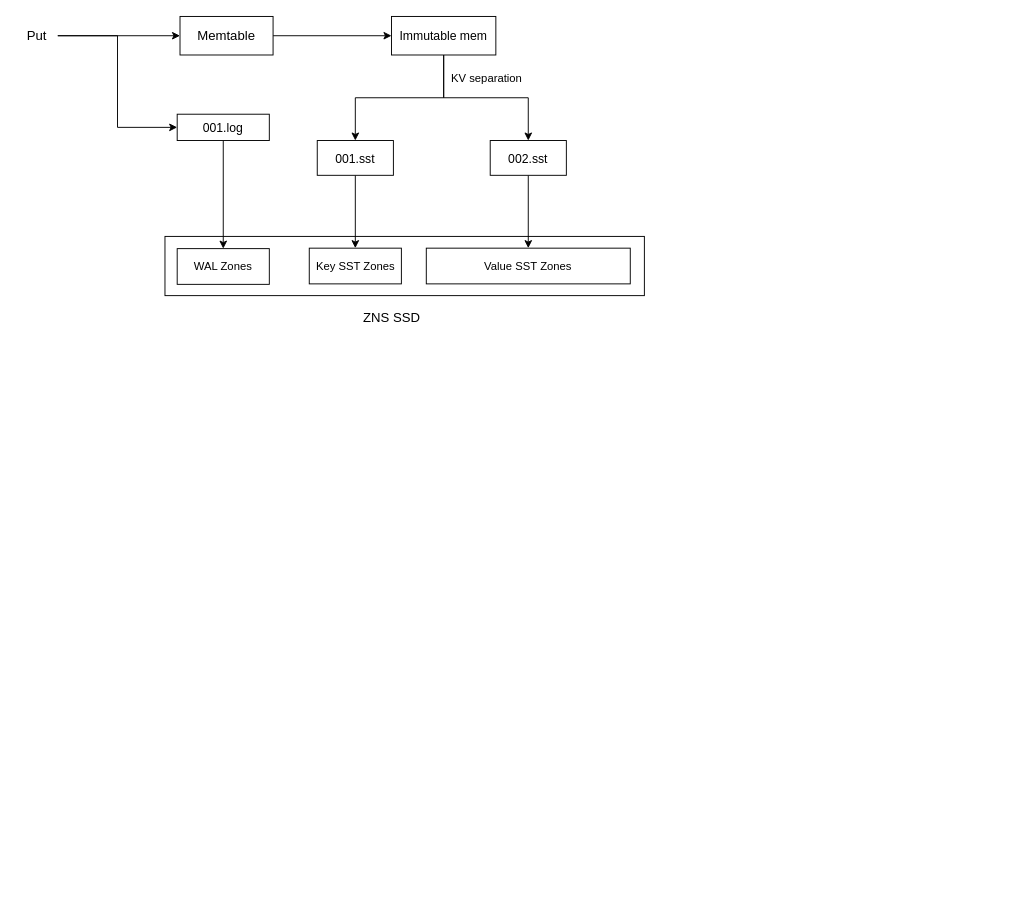
The draw.io diagram page "第 2 页" (2 of 2) of 未命名绘图.drawio in Holworth/DrawIO, before the edit. Source tidied: cells renumbered, new cells numbered last; positions are measured from the earlier drawing's top-left corner, leaving out a move shared by most shapes. Both pictures are drawn from the tidied source at 94%, with x=0, y=0 at pixel (16, 16).
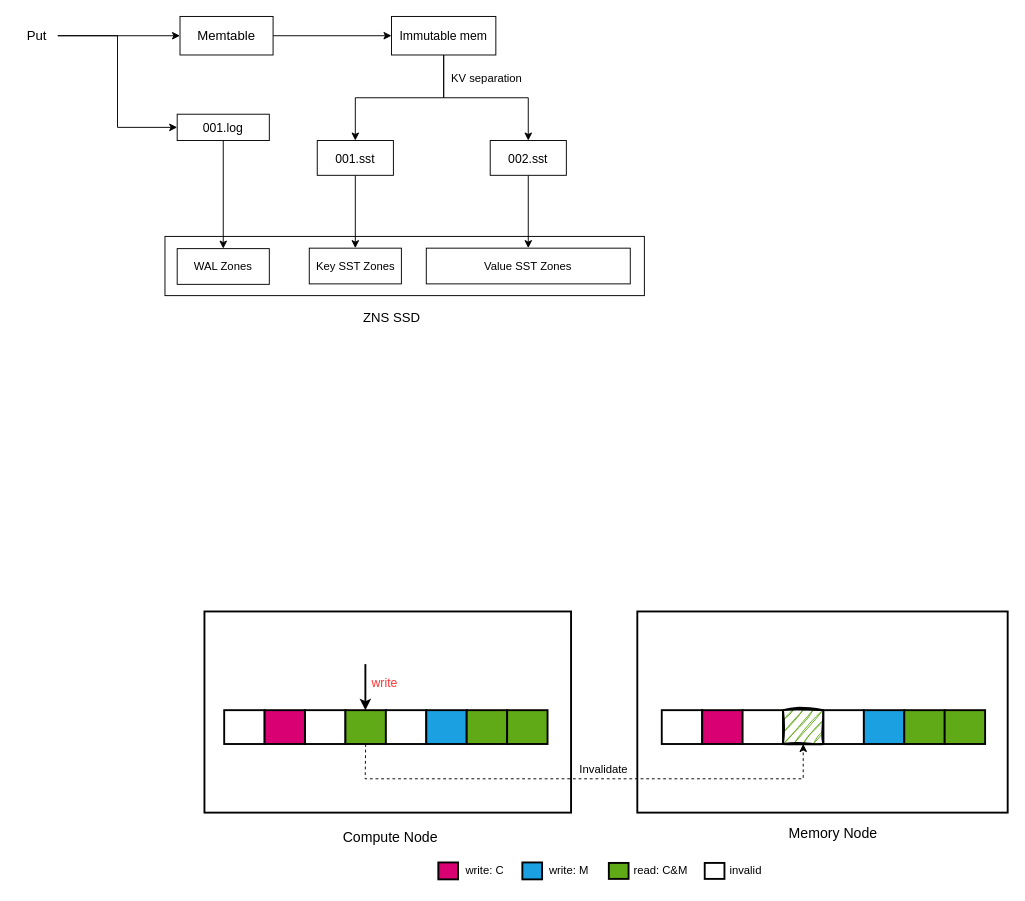
Above is the later version.

Commit message:
更新未命名绘图.drawio

What changed in the source:
```diff
@@
+    <mxCell id="22" style="rounded=0;whiteSpace=wrap;html=1;strokeWidth=2;" parent="1" vertex="1">
+      <mxGeometry x="660.5" y="633" width="394" height="214" as="geometry" />
+    </mxCell>
+    <mxCell id="23" style="rounded=0;whiteSpace=wrap;html=1;strokeWidth=2;" parent="1" vertex="1">
+      <mxGeometry x="200" y="633" width="390" height="214" as="geometry" />
+    </mxCell>
@@
+    <mxCell id="24" style="rounded=0;whiteSpace=wrap;html=1;strokeWidth=2;strokeColor=#000000;" parent="1" vertex="1">
+      <mxGeometry x="221" y="738" width="43" height="36" as="geometry" />
+    </mxCell>
+    <mxCell id="25" style="rounded=0;whiteSpace=wrap;html=1;strokeWidth=2;fillColor=#d80073;fontColor=#ffffff;strokeColor=#000000;" parent="1" vertex="1">
+      <mxGeometry x="264" y="738" width="43" height="36" as="geometry" />
+    </mxCell>
+    <mxCell id="26" style="rounded=0;whiteSpace=wrap;html=1;strokeWidth=2;strokeColor=#000000;" parent="1" vertex="1">
+      <mxGeometry x="307" y="738" width="43" height="36" as="geometry" />
+    </mxCell>
+    <mxCell id="27" style="rounded=0;whiteSpace=wrap;html=1;strokeWidth=2;fillColor=#60a917;fontColor=#ffffff;strokeColor=#000000;" parent="1" vertex="1">
+      <mxGeometry x="350" y="738" width="43" height="36" as="geometry" />
+    </mxCell>
+    <mxCell id="28" style="rounded=0;whiteSpace=wrap;html=1;strokeWidth=2;strokeColor=#000000;" parent="1" vertex="1">
+      <mxGeometry x="393" y="738" width="43" height="36" as="geometry" />
+    </mxCell>
+    <mxCell id="29" style="rounded=0;whiteSpace=wrap;html=1;strokeWidth=2;fillColor=#1ba1e2;fontColor=#ffffff;strokeColor=#000000;" parent="1" vertex="1">
+      <mxGeometry x="436" y="738" width="43" height="36" as="geometry" />
+    </mxCell>
+    <mxCell id="30" style="rounded=0;whiteSpace=wrap;html=1;strokeWidth=2;fillColor=#60a917;fontColor=#ffffff;strokeColor=#000000;" parent="1" vertex="1">
+      <mxGeometry x="479" y="738" width="43" height="36" as="geometry" />
+    </mxCell>
+    <mxCell id="31" style="rounded=0;whiteSpace=wrap;html=1;strokeWidth=2;strokeColor=#000000;fillColor=#60a917;fontColor=#ffffff;" parent="1" vertex="1">
+      <mxGeometry x="522" y="738" width="43" height="36" as="geometry" />
+    </mxCell>
+    <mxCell id="32" style="rounded=0;whiteSpace=wrap;html=1;strokeWidth=2;fillColor=#d80073;fontColor=#ffffff;strokeColor=#000000;" parent="1" vertex="1">
+      <mxGeometry x="448.8" y="900" width="21" height="18" as="geometry" />
+    </mxCell>
+    <mxCell id="33" value="write: C" style="text;html=1;strokeColor=none;fillColor=none;align=center;verticalAlign=middle;whiteSpace=wrap;rounded=0;" parent="1" vertex="1">
+      <mxGeometry x="474.2" y="894" width="48.5" height="30" as="geometry" />
+    </mxCell>
+    <mxCell id="34" style="rounded=0;whiteSpace=wrap;html=1;strokeWidth=2;fillColor=#1ba1e2;fontColor=#ffffff;strokeColor=#000000;" parent="1" vertex="1">
+      <mxGeometry x="538.2" y="900" width="21" height="18" as="geometry" />
+    </mxCell>
+    <mxCell id="35" value="write: M" style="text;html=1;strokeColor=none;fillColor=none;align=center;verticalAlign=middle;whiteSpace=wrap;rounded=0;" parent="1" vertex="1">
+      <mxGeometry x="564.2" y="894" width="48" height="30" as="geometry" />
+    </mxCell>
+    <mxCell id="36" style="rounded=0;whiteSpace=wrap;html=1;strokeWidth=2;fillColor=#60a917;fontColor=#ffffff;strokeColor=#000000;" parent="1" vertex="1">
+      <mxGeometry x="630.2" y="900.5" width="21" height="17" as="geometry" />
+    </mxCell>
+    <mxCell id="37" value="read: C&amp;amp;M" style="text;html=1;strokeColor=none;fillColor=none;align=center;verticalAlign=middle;whiteSpace=wrap;rounded=0;" parent="1" vertex="1">
+      <mxGeometry x="653.2" y="894" width="65" height="30" as="geometry" />
+    </mxCell>
+    <mxCell id="38" style="rounded=0;whiteSpace=wrap;html=1;strokeWidth=2;strokeColor=#000000;" parent="1" vertex="1">
+      <mxGeometry x="732.2" y="900.5" width="21" height="17" as="geometry" />
+    </mxCell>
+    <mxCell id="39" value="invalid" style="text;html=1;strokeColor=none;fillColor=none;align=center;verticalAlign=middle;whiteSpace=wrap;rounded=0;" parent="1" vertex="1">
+      <mxGeometry x="751.2" y="896.8" width="50" height="24.5" as="geometry" />
+    </mxCell>
+    <mxCell id="40" style="rounded=0;whiteSpace=wrap;html=1;strokeWidth=2;strokeColor=#000000;" parent="1" vertex="1">
+      <mxGeometry x="686.5" y="738" width="43" height="36" as="geometry" />
+    </mxCell>
+    <mxCell id="41" style="rounded=0;whiteSpace=wrap;html=1;strokeWidth=2;fillColor=#d80073;fontColor=#ffffff;strokeColor=#000000;" parent="1" vertex="1">
+      <mxGeometry x="729.5" y="738" width="43" height="36" as="geometry" />
+    </mxCell>
+    <mxCell id="42" style="rounded=0;whiteSpace=wrap;html=1;strokeWidth=2;strokeColor=#000000;" parent="1" vertex="1">
+      <mxGeometry x="772.5" y="738" width="43" height="36" as="geometry" />
+    </mxCell>
+    <mxCell id="43" style="rounded=0;whiteSpace=wrap;html=1;strokeWidth=2;fillColor=#60a917;fontColor=#ffffff;strokeColor=#000000;glass=0;shadow=0;sketch=1;curveFitting=1;jiggle=2;" parent="1" vertex="1">
+      <mxGeometry x="815.5" y="738" width="43" height="36" as="geometry" />
+    </mxCell>
+    <mxCell id="44" style="rounded=0;whiteSpace=wrap;html=1;strokeWidth=2;strokeColor=#000000;" parent="1" vertex="1">
+      <mxGeometry x="858.5" y="738" width="43" height="36" as="geometry" />
+    </mxCell>
+    <mxCell id="45" style="rounded=0;whiteSpace=wrap;html=1;strokeWidth=2;fillColor=#1ba1e2;fontColor=#ffffff;strokeColor=#000000;" parent="1" vertex="1">
+      <mxGeometry x="901.5" y="738" width="43" height="36" as="geometry" />
+    </mxCell>
+    <mxCell id="46" style="rounded=0;whiteSpace=wrap;html=1;strokeWidth=2;fillColor=#60a917;fontColor=#ffffff;strokeColor=#000000;" parent="1" vertex="1">
+      <mxGeometry x="944.5" y="738" width="43" height="36" as="geometry" />
+    </mxCell>
+    <mxCell id="47" style="rounded=0;whiteSpace=wrap;html=1;strokeWidth=2;strokeColor=#000000;fillColor=#60a917;fontColor=#ffffff;" parent="1" vertex="1">
+      <mxGeometry x="987.5" y="738" width="43" height="36" as="geometry" />
+    </mxCell>
+    <mxCell id="48" value="&lt;font style=&quot;font-size: 15px;&quot;&gt;Compute Node&lt;/font&gt;" style="text;html=1;strokeColor=none;fillColor=none;align=center;verticalAlign=middle;whiteSpace=wrap;rounded=0;" parent="1" vertex="1">
+      <mxGeometry x="344.5" y="858" width="106" height="30" as="geometry" />
+    </mxCell>
+    <mxCell id="49" value="&lt;font style=&quot;font-size: 15px;&quot;&gt;Memory Node&lt;/font&gt;" style="text;html=1;strokeColor=none;fillColor=none;align=center;verticalAlign=middle;whiteSpace=wrap;rounded=0;" parent="1" vertex="1">
+      <mxGeometry x="815.5" y="854" width="106" height="30" as="geometry" />
+    </mxCell>
+    <mxCell id="50" style="endArrow=classic;html=1;rounded=0;strokeWidth=2;" parent="1" edge="1">
+      <mxGeometry relative="1" as="geometry">
+        <mxPoint x="371.2" y="689" as="sourcePoint" />
+        <mxPoint x="371.2" y="738" as="targetPoint" />
+        <Array as="points">
+          <mxPoint x="371.2" y="721" />
+        </Array>
+      </mxGeometry>
+    </mxCell>
+    <mxCell id="51" value="&lt;font color=&quot;#ff3333&quot; style=&quot;font-size: 13px;&quot;&gt;write&lt;/font&gt;" style="text;html=1;strokeColor=none;fillColor=none;align=center;verticalAlign=middle;whiteSpace=wrap;rounded=0;" parent="1" vertex="1">
+      <mxGeometry x="369.5" y="696" width="43.5" height="25.5" as="geometry" />
+    </mxCell>
+    <mxCell id="52" style="endArrow=classic;html=1;rounded=0;exitX=0.5;exitY=1;exitDx=0;exitDy=0;entryX=0.5;entryY=1;entryDx=0;entryDy=0;dashed=1;" parent="1" edge="1" source="27" target="43">
+      <mxGeometry relative="1" as="geometry">
+        <Array as="points">
+          <mxPoint x="371" y="811" />
+          <mxPoint x="837" y="811" />
+        </Array>
+      </mxGeometry>
+    </mxCell>
+    <mxCell id="53" value="Invalidate" style="text;html=1;strokeColor=none;fillColor=none;align=center;verticalAlign=middle;whiteSpace=wrap;rounded=0;" parent="1" vertex="1">
+      <mxGeometry x="595" y="786" width="60" height="30" as="geometry" />
+    </mxCell>
```
